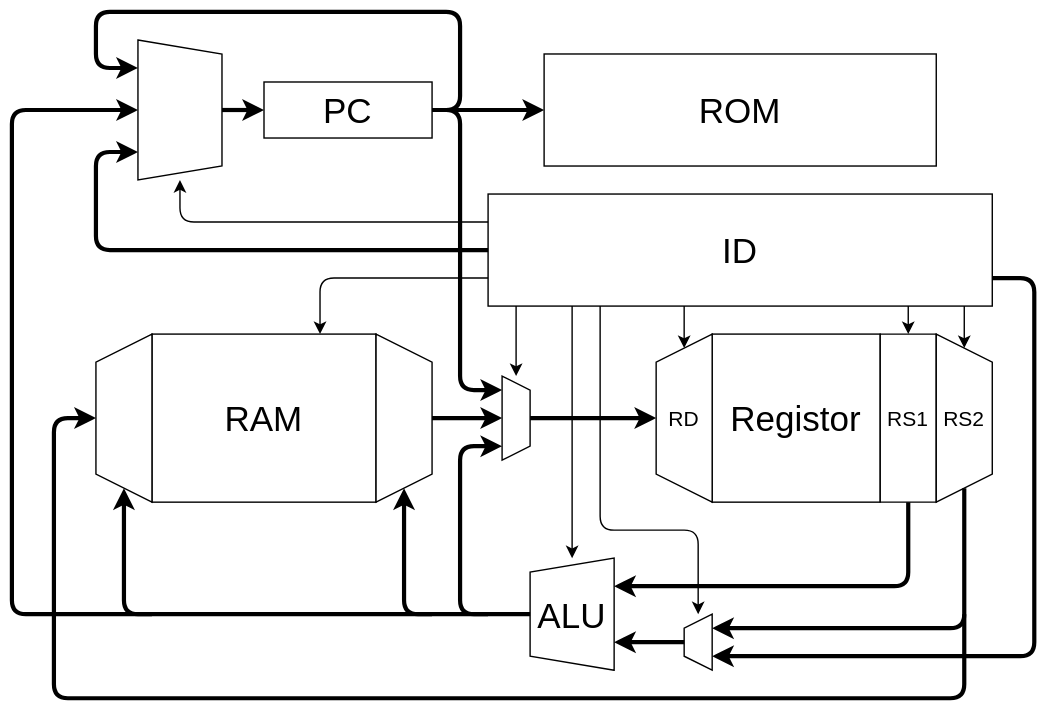
This is Lab/Computer/Micon/01_CPU/img/arch.dio.svg from amane-uehara/kanade-k-1228.github.io, a draw.io export, as it was before one commit. Source tidied: cells renumbered, new cells last; positions are measured from the earlier drawing's top-left corner, leaving out a move shared by most shapes.
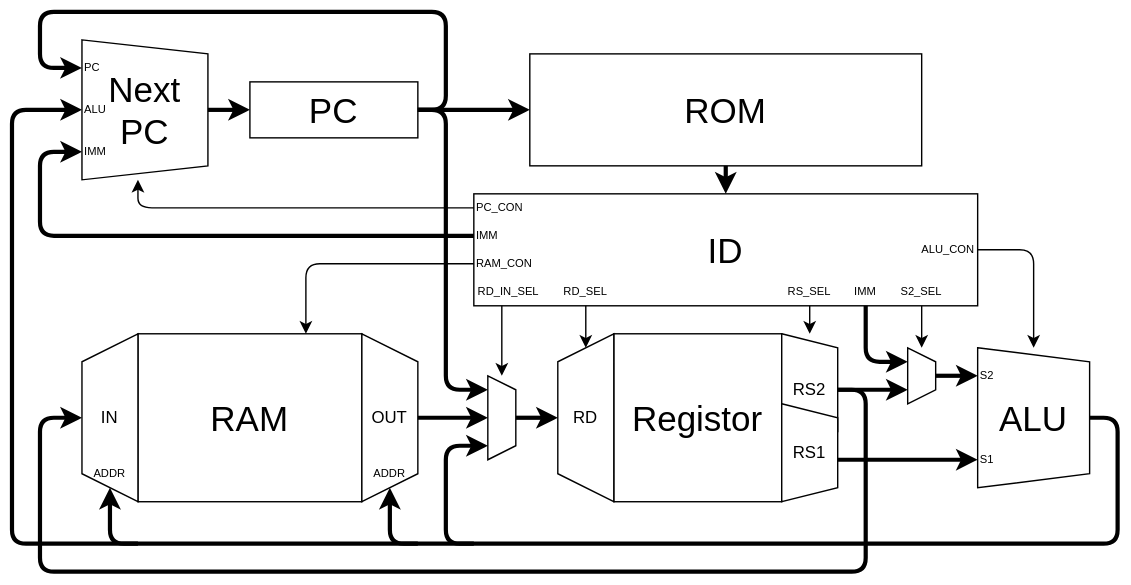
The same file after the commit.

The edit, as a diff of the source:
```diff
@@ -5,48 +5,36 @@
     <mxCell id="2" value="PC" style="rounded=0;whiteSpace=wrap;html=1;fontSize=25;" parent="1" vertex="1">
-      <mxGeometry x="180" y="50" width="120" height="40" as="geometry" />
+      <mxGeometry x="140" y="50" width="120" height="40" as="geometry" />
     </mxCell>
     <mxCell id="3" style="shape=trapezoid;perimeter=trapezoidPerimeter;whiteSpace=wrap;html=1;fixedSize=1;fontSize=25;direction=south;size=9.999999999999943;" parent="1" vertex="1">
-      <mxGeometry x="350" y="260" width="20" height="60" as="geometry" />
+      <mxGeometry x="310" y="260" width="20" height="60" as="geometry" />
     </mxCell>
     <mxCell id="4" value="ROM" style="rounded=0;whiteSpace=wrap;html=1;fontSize=25;" parent="1" vertex="1">
-      <mxGeometry x="380" y="30" width="280" height="80" as="geometry" />
+      <mxGeometry x="340" y="30" width="280" height="80" as="geometry" />
     </mxCell>
     <mxCell id="5" value="RAM" style="rounded=0;whiteSpace=wrap;html=1;fontSize=25;" parent="1" vertex="1">
-      <mxGeometry x="100" y="230" width="160" height="120" as="geometry" />
+      <mxGeometry x="60" y="230" width="160" height="120" as="geometry" />
     </mxCell>
     <mxCell id="6" value="ID" style="rounded=0;whiteSpace=wrap;html=1;fontSize=25;" parent="1" vertex="1">
-      <mxGeometry x="340" y="130" width="360" height="80" as="geometry" />
+      <mxGeometry x="300" y="130" width="360" height="80" as="geometry" />
     </mxCell>
     <mxCell id="7" value="Registor" style="rounded=0;whiteSpace=wrap;html=1;fontSize=25;" parent="1" vertex="1">
-      <mxGeometry x="500" y="230" width="120" height="120" as="geometry" />
+      <mxGeometry x="400" y="230" width="120" height="120" as="geometry" />
     </mxCell>
-    <mxCell id="8" value="RD" style="shape=trapezoid;perimeter=trapezoidPerimeter;whiteSpace=wrap;html=1;fixedSize=1;fontSize=15;direction=north;" parent="1" vertex="1">
-      <mxGeometry x="460" y="230" width="40" height="120" as="geometry" />
+    <mxCell id="8" value="RD" style="shape=trapezoid;perimeter=trapezoidPerimeter;whiteSpace=wrap;html=1;fixedSize=1;fontSize=12;direction=north;" parent="1" vertex="1">
+      <mxGeometry x="360" y="230" width="40" height="120" as="geometry" />
     </mxCell>
-    <mxCell id="9" value="RS1" style="shape=trapezoid;perimeter=trapezoidPerimeter;whiteSpace=wrap;html=1;fixedSize=1;fontSize=15;direction=south;size=0;" parent="1" vertex="1">
-      <mxGeometry x="620" y="230" width="40" height="120" as="geometry" />
-    </mxCell>
-    <mxCell id="10" value="RS2" style="shape=trapezoid;perimeter=trapezoidPerimeter;whiteSpace=wrap;html=1;fixedSize=1;fontSize=15;direction=south;" parent="1" vertex="1">
-      <mxGeometry x="660" y="230" width="40" height="120" as="geometry" />
+    <mxCell id="10" value="RS2" style="shape=trapezoid;perimeter=trapezoidPerimeter;whiteSpace=wrap;html=1;fixedSize=1;fontSize=12;direction=south;size=10;" parent="1" vertex="1">
+      <mxGeometry x="520" y="230" width="40" height="80" as="geometry" />
     </mxCell>
-    <mxCell id="11" style="shape=trapezoid;perimeter=trapezoidPerimeter;whiteSpace=wrap;html=1;fixedSize=1;fontSize=25;direction=north;size=10;" parent="1" vertex="1">
-      <mxGeometry x="480" y="430" width="20" height="40" as="geometry" />
+    <mxCell id="11" style="shape=trapezoid;perimeter=trapezoidPerimeter;whiteSpace=wrap;html=1;fixedSize=1;fontSize=25;direction=south;size=10;" parent="1" vertex="1">
+      <mxGeometry x="610" y="240" width="20" height="40" as="geometry" />
     </mxCell>
-    <mxCell id="12" value="ALU" style="shape=trapezoid;perimeter=trapezoidPerimeter;whiteSpace=wrap;html=1;fixedSize=1;fontSize=25;direction=north;size=10;" parent="1" vertex="1">
-      <mxGeometry x="370" y="390" width="60" height="80" as="geometry" />
+    <mxCell id="12" value="ALU" style="shape=trapezoid;perimeter=trapezoidPerimeter;whiteSpace=wrap;html=1;fixedSize=1;fontSize=25;direction=south;size=10;" parent="1" vertex="1">
+      <mxGeometry x="660" y="240" width="80" height="100" as="geometry" />
     </mxCell>
-    <mxCell id="13" style="endArrow=classic;html=1;fontSize=25;strokeWidth=3;" parent="1" edge="1">
-      <mxGeometry relative="1" as="geometry">
-        <mxPoint x="640" y="350" as="sourcePoint" />
-        <mxPoint x="430" y="410" as="targetPoint" />
-        <Array as="points">
-          <mxPoint x="640" y="410" />
-        </Array>
-      </mxGeometry>
-    </mxCell>
-    <mxCell id="14" style="shape=trapezoid;perimeter=trapezoidPerimeter;whiteSpace=wrap;html=1;fixedSize=1;fontSize=25;direction=south;" parent="1" vertex="1">
-      <mxGeometry x="260" y="230" width="40" height="120" as="geometry" />
+    <mxCell id="14" value="OUT" style="shape=trapezoid;perimeter=trapezoidPerimeter;whiteSpace=wrap;html=1;fixedSize=1;fontSize=12;direction=south;" parent="1" vertex="1">
+      <mxGeometry x="220" y="230" width="40" height="120" as="geometry" />
     </mxCell>
-    <mxCell id="15" style="shape=trapezoid;perimeter=trapezoidPerimeter;whiteSpace=wrap;html=1;fixedSize=1;fontSize=25;direction=north;" parent="1" vertex="1">
-      <mxGeometry x="60" y="230" width="40" height="120" as="geometry" />
+    <mxCell id="15" value="IN" style="shape=trapezoid;perimeter=trapezoidPerimeter;whiteSpace=wrap;html=1;fixedSize=1;fontSize=12;direction=north;" parent="1" vertex="1">
+      <mxGeometry x="20" y="230" width="40" height="120" as="geometry" />
     </mxCell>
@@ -54,7 +42,4 @@
       <mxGeometry relative="1" as="geometry">
-        <mxPoint x="680" y="340" as="sourcePoint" />
-        <mxPoint x="500" y="440" as="targetPoint" />
-        <Array as="points">
-          <mxPoint x="680" y="440" />
-        </Array>
+        <mxPoint x="560" y="320" as="sourcePoint" />
+        <mxPoint x="660" y="320" as="targetPoint" />
       </mxGeometry>
@@ -63,7 +48,6 @@
       <mxGeometry relative="1" as="geometry">
-        <mxPoint x="700" y="190" as="sourcePoint" />
-        <mxPoint x="500" y="460" as="targetPoint" />
+        <mxPoint x="580" y="210" as="sourcePoint" />
+        <mxPoint x="610" y="250" as="targetPoint" />
         <Array as="points">
-          <mxPoint x="730" y="190" />
-          <mxPoint x="730" y="460" />
+          <mxPoint x="580" y="250" />
         </Array>
@@ -73,4 +57,4 @@
       <mxGeometry relative="1" as="geometry">
-        <mxPoint x="480" y="450" as="sourcePoint" />
-        <mxPoint x="430" y="450" as="targetPoint" />
+        <mxPoint x="630" y="260" as="sourcePoint" />
+        <mxPoint x="660" y="260" as="targetPoint" />
       </mxGeometry>
@@ -79,4 +63,4 @@
       <mxGeometry relative="1" as="geometry">
-        <mxPoint x="370" y="290" as="sourcePoint" />
-        <mxPoint x="460" y="290" as="targetPoint" />
+        <mxPoint x="330" y="290" as="sourcePoint" />
+        <mxPoint x="360" y="290" as="targetPoint" />
       </mxGeometry>
@@ -85,4 +69,4 @@
       <mxGeometry relative="1" as="geometry">
-        <mxPoint x="300" y="290" as="sourcePoint" />
-        <mxPoint x="350" y="290" as="targetPoint" />
+        <mxPoint x="260" y="290" as="sourcePoint" />
+        <mxPoint x="310" y="290" as="targetPoint" />
       </mxGeometry>
@@ -91,4 +75,4 @@
       <mxGeometry relative="1" as="geometry">
-        <mxPoint x="400" y="210" as="sourcePoint" />
-        <mxPoint x="400" y="390" as="targetPoint" />
+        <mxPoint x="620" y="210" as="sourcePoint" />
+        <mxPoint x="620" y="240" as="targetPoint" />
       </mxGeometry>
@@ -97,8 +81,9 @@
       <mxGeometry relative="1" as="geometry">
-        <mxPoint x="680" y="430" as="sourcePoint" />
-        <mxPoint x="60" y="290" as="targetPoint" />
+        <mxPoint x="560" y="270" as="sourcePoint" />
+        <mxPoint x="20" y="290" as="targetPoint" />
         <Array as="points">
-          <mxPoint x="680" y="490" />
-          <mxPoint x="30" y="490" />
-          <mxPoint x="30" y="290" />
+          <mxPoint x="580" y="270" />
+          <mxPoint x="580" y="400" />
+          <mxPoint x="-10" y="400" />
+          <mxPoint x="-10" y="290" />
         </Array>
@@ -108,4 +93,4 @@
       <mxGeometry relative="1" as="geometry">
-        <mxPoint x="360" y="210" as="sourcePoint" />
-        <mxPoint x="360" y="260" as="targetPoint" />
+        <mxPoint x="320" y="210" as="sourcePoint" />
+        <mxPoint x="320" y="260" as="targetPoint" />
       </mxGeometry>
@@ -114,4 +99,4 @@
       <mxGeometry relative="1" as="geometry">
-        <mxPoint x="480" y="210" as="sourcePoint" />
-        <mxPoint x="480" y="240" as="targetPoint" />
+        <mxPoint x="380" y="210" as="sourcePoint" />
+        <mxPoint x="380" y="240" as="targetPoint" />
       </mxGeometry>
@@ -120,19 +105,15 @@
       <mxGeometry relative="1" as="geometry">
-        <mxPoint x="640" y="210" as="sourcePoint" />
-        <mxPoint x="640" y="230" as="targetPoint" />
+        <mxPoint x="540" y="210" as="sourcePoint" />
+        <mxPoint x="540" y="230" as="targetPoint" />
       </mxGeometry>
     </mxCell>
-    <mxCell id="26" style="endArrow=classic;html=1;fontSize=25;startArrow=none;startFill=0;" parent="1" edge="1">
-      <mxGeometry relative="1" as="geometry">
-        <mxPoint x="680" y="210" as="sourcePoint" />
-        <mxPoint x="680" y="240" as="targetPoint" />
-      </mxGeometry>
-    </mxCell>
     <mxCell id="27" style="endArrow=classic;html=1;fontSize=25;startArrow=none;startFill=0;strokeWidth=3;" parent="1" edge="1">
       <mxGeometry relative="1" as="geometry">
-        <mxPoint x="370" y="430" as="sourcePoint" />
-        <mxPoint x="90" y="70" as="targetPoint" />
+        <mxPoint x="740" y="290" as="sourcePoint" />
+        <mxPoint x="20" y="70" as="targetPoint" />
         <Array as="points">
-          <mxPoint y="430" />
-          <mxPoint y="70" />
+          <mxPoint x="760" y="290" />
+          <mxPoint x="760" y="380" />
+          <mxPoint x="-30" y="380" />
+          <mxPoint x="-30" y="70" />
         </Array>
@@ -142,6 +123,6 @@
       <mxGeometry relative="1" as="geometry">
-        <mxPoint x="300" y="430" as="sourcePoint" />
-        <mxPoint x="280" y="340" as="targetPoint" />
+        <mxPoint x="260" y="380" as="sourcePoint" />
+        <mxPoint x="240" y="340" as="targetPoint" />
         <Array as="points">
-          <mxPoint x="280" y="430" />
+          <mxPoint x="240" y="380" />
         </Array>
@@ -151,7 +132,7 @@
       <mxGeometry relative="1" as="geometry">
-        <mxPoint x="340" y="430" as="sourcePoint" />
-        <mxPoint x="350" y="310" as="targetPoint" />
+        <mxPoint x="300" y="380" as="sourcePoint" />
+        <mxPoint x="310" y="310" as="targetPoint" />
         <Array as="points">
-          <mxPoint x="320" y="430" />
-          <mxPoint x="320" y="310" />
+          <mxPoint x="280" y="380" />
+          <mxPoint x="280" y="310" />
         </Array>
@@ -161,7 +142,6 @@
       <mxGeometry relative="1" as="geometry">
-        <mxPoint x="420" y="210" as="sourcePoint" />
-        <mxPoint x="490" y="430" as="targetPoint" />
+        <mxPoint x="660" y="170" as="sourcePoint" />
+        <mxPoint x="700" y="240" as="targetPoint" />
         <Array as="points">
-          <mxPoint x="420" y="370" />
-          <mxPoint x="490" y="370" />
+          <mxPoint x="700" y="170" />
         </Array>
@@ -171,7 +151,7 @@
       <mxGeometry relative="1" as="geometry">
-        <mxPoint x="300" y="70" as="sourcePoint" />
-        <mxPoint x="350" y="270" as="targetPoint" />
+        <mxPoint x="260" y="70" as="sourcePoint" />
+        <mxPoint x="310" y="270" as="targetPoint" />
         <Array as="points">
-          <mxPoint x="320" y="70" />
-          <mxPoint x="320" y="270" />
+          <mxPoint x="280" y="70" />
+          <mxPoint x="280" y="270" />
         </Array>
@@ -181,6 +161,6 @@
       <mxGeometry relative="1" as="geometry">
-        <mxPoint x="340" y="190" as="sourcePoint" />
-        <mxPoint x="220" y="230" as="targetPoint" />
+        <mxPoint x="300" y="180" as="sourcePoint" />
+        <mxPoint x="180" y="230" as="targetPoint" />
         <Array as="points">
-          <mxPoint x="220" y="190" />
+          <mxPoint x="180" y="180" />
         </Array>
@@ -190,6 +170,6 @@
       <mxGeometry relative="1" as="geometry">
-        <mxPoint x="100" y="430" as="sourcePoint" />
-        <mxPoint x="80" y="340" as="targetPoint" />
+        <mxPoint x="60" y="380" as="sourcePoint" />
+        <mxPoint x="40" y="340" as="targetPoint" />
         <Array as="points">
-          <mxPoint x="80" y="430" />
+          <mxPoint x="40" y="380" />
         </Array>
@@ -199,8 +179,8 @@
       <mxGeometry relative="1" as="geometry">
-        <mxPoint x="300" y="70" as="sourcePoint" />
-        <mxPoint x="380" y="70" as="targetPoint" />
+        <mxPoint x="260" y="70" as="sourcePoint" />
+        <mxPoint x="340" y="70" as="targetPoint" />
       </mxGeometry>
     </mxCell>
-    <mxCell id="35" style="shape=trapezoid;perimeter=trapezoidPerimeter;whiteSpace=wrap;html=1;fixedSize=1;fontSize=25;direction=south;size=10;" parent="1" vertex="1">
-      <mxGeometry x="90" y="20" width="60" height="100" as="geometry" />
+    <mxCell id="35" value="Next&lt;br&gt;PC" style="shape=trapezoid;perimeter=trapezoidPerimeter;whiteSpace=wrap;html=1;fixedSize=1;fontSize=25;direction=south;size=10;" parent="1" vertex="1">
+      <mxGeometry x="20" y="20" width="90" height="100" as="geometry" />
     </mxCell>
@@ -208,9 +188,9 @@
       <mxGeometry relative="1" as="geometry">
-        <mxPoint x="300" y="70" as="sourcePoint" />
-        <mxPoint x="90" y="40" as="targetPoint" />
+        <mxPoint x="260" y="70" as="sourcePoint" />
+        <mxPoint x="20" y="40" as="targetPoint" />
         <Array as="points">
-          <mxPoint x="320" y="70" />
-          <mxPoint x="320" />
-          <mxPoint x="60" />
-          <mxPoint x="60" y="40" />
+          <mxPoint x="280" y="70" />
+          <mxPoint x="280" />
+          <mxPoint x="-10" />
+          <mxPoint x="-10" y="40" />
         </Array>
@@ -220,7 +200,7 @@
       <mxGeometry relative="1" as="geometry">
-        <mxPoint x="340" y="170" as="sourcePoint" />
-        <mxPoint x="90" y="100" as="targetPoint" />
+        <mxPoint x="300" y="160" as="sourcePoint" />
+        <mxPoint x="20" y="100" as="targetPoint" />
         <Array as="points">
-          <mxPoint x="60" y="170" />
-          <mxPoint x="60" y="100" />
+          <mxPoint x="-10" y="160" />
+          <mxPoint x="-10" y="100" />
         </Array>
@@ -230,4 +210,4 @@
       <mxGeometry relative="1" as="geometry">
-        <mxPoint x="150" y="70" as="sourcePoint" />
-        <mxPoint x="180" y="70" as="targetPoint" />
+        <mxPoint x="110" y="70" as="sourcePoint" />
+        <mxPoint x="140" y="70" as="targetPoint" />
       </mxGeometry>
@@ -236,6 +216,6 @@
       <mxGeometry relative="1" as="geometry">
-        <mxPoint x="340" y="150" as="sourcePoint" />
-        <mxPoint x="120" y="120" as="targetPoint" />
+        <mxPoint x="300" y="140" as="sourcePoint" />
+        <mxPoint x="60" y="120" as="targetPoint" />
         <Array as="points">
-          <mxPoint x="120" y="150" />
+          <mxPoint x="60" y="140" />
         </Array>
@@ -243,2 +223,65 @@
     </mxCell>
+    <mxCell id="9" value="RS1" style="shape=trapezoid;perimeter=trapezoidPerimeter;whiteSpace=wrap;html=1;fixedSize=1;fontSize=12;direction=south;size=10;" parent="1" vertex="1">
+      <mxGeometry x="520" y="280" width="40" height="70" as="geometry" />
+    </mxCell>
+    <mxCell id="40" style="endArrow=classic;html=1;fontSize=25;strokeWidth=3;" parent="1" edge="1">
+      <mxGeometry relative="1" as="geometry">
+        <mxPoint x="560" y="270" as="sourcePoint" />
+        <mxPoint x="610" y="270" as="targetPoint" />
+      </mxGeometry>
+    </mxCell>
+    <mxCell id="41" style="endArrow=classic;html=1;fontSize=25;startArrow=none;startFill=0;strokeWidth=3;" parent="1" edge="1">
+      <mxGeometry relative="1" as="geometry">
+        <mxPoint x="480" y="110" as="sourcePoint" />
+        <mxPoint x="480" y="130" as="targetPoint" />
+      </mxGeometry>
+    </mxCell>
+    <mxCell id="42" value="RD_IN_SEL" style="text;html=1;strokeColor=none;fillColor=none;align=center;verticalAlign=middle;whiteSpace=wrap;rounded=0;rotation=0;fontSize=8;" parent="1" vertex="1">
+      <mxGeometry x="300" y="190" width="50" height="20" as="geometry" />
+    </mxCell>
+    <mxCell id="43" value="RD_SEL" style="text;html=1;strokeColor=none;fillColor=none;align=center;verticalAlign=middle;whiteSpace=wrap;rounded=0;rotation=0;fontSize=8;" parent="1" vertex="1">
+      <mxGeometry x="360" y="190" width="40" height="20" as="geometry" />
+    </mxCell>
+    <mxCell id="44" value="RAM_CON" style="text;html=1;strokeColor=none;fillColor=none;align=left;verticalAlign=middle;whiteSpace=wrap;rounded=0;rotation=0;fontSize=8;" parent="1" vertex="1">
+      <mxGeometry x="300" y="170" width="50" height="20" as="geometry" />
+    </mxCell>
+    <mxCell id="45" value="PC_CON" style="text;html=1;strokeColor=none;fillColor=none;align=left;verticalAlign=middle;whiteSpace=wrap;rounded=0;rotation=0;fontSize=8;" parent="1" vertex="1">
+      <mxGeometry x="300" y="130" width="50" height="20" as="geometry" />
+    </mxCell>
+    <mxCell id="46" value="ALU_CON" style="text;html=1;strokeColor=none;fillColor=none;align=right;verticalAlign=middle;whiteSpace=wrap;rounded=0;rotation=0;fontSize=8;" parent="1" vertex="1">
+      <mxGeometry x="610" y="160" width="50" height="20" as="geometry" />
+    </mxCell>
+    <mxCell id="47" value="RS_SEL" style="text;html=1;strokeColor=none;fillColor=none;align=center;verticalAlign=middle;whiteSpace=wrap;rounded=0;rotation=0;fontSize=8;" parent="1" vertex="1">
+      <mxGeometry x="520" y="190" width="40" height="20" as="geometry" />
+    </mxCell>
+    <mxCell id="48" value="IMM" style="text;html=1;strokeColor=none;fillColor=none;align=center;verticalAlign=middle;whiteSpace=wrap;rounded=0;rotation=0;fontSize=8;" parent="1" vertex="1">
+      <mxGeometry x="570" y="190" width="20" height="20" as="geometry" />
+    </mxCell>
+    <mxCell id="49" value="S2_SEL" style="text;html=1;strokeColor=none;fillColor=none;align=center;verticalAlign=middle;whiteSpace=wrap;rounded=0;rotation=0;fontSize=8;" parent="1" vertex="1">
+      <mxGeometry x="600" y="190" width="40" height="20" as="geometry" />
+    </mxCell>
+    <mxCell id="50" value="S2" style="text;html=1;strokeColor=none;fillColor=none;align=left;verticalAlign=middle;whiteSpace=wrap;rounded=0;rotation=0;fontSize=8;" parent="1" vertex="1">
+      <mxGeometry x="660" y="250" width="20" height="20" as="geometry" />
+    </mxCell>
+    <mxCell id="51" value="S1" style="text;html=1;strokeColor=none;fillColor=none;align=left;verticalAlign=middle;whiteSpace=wrap;rounded=0;rotation=0;fontSize=8;" parent="1" vertex="1">
+      <mxGeometry x="660" y="310" width="20" height="20" as="geometry" />
+    </mxCell>
+    <mxCell id="52" value="IMM" style="text;html=1;strokeColor=none;fillColor=none;align=left;verticalAlign=middle;whiteSpace=wrap;rounded=0;rotation=0;fontSize=8;" parent="1" vertex="1">
+      <mxGeometry x="300" y="150" width="50" height="20" as="geometry" />
+    </mxCell>
+    <mxCell id="53" value="ADDR" style="text;html=1;strokeColor=none;fillColor=none;align=center;verticalAlign=middle;whiteSpace=wrap;rounded=0;rotation=0;fontSize=8;" parent="1" vertex="1">
+      <mxGeometry x="20" y="320" width="40" height="20" as="geometry" />
+    </mxCell>
+    <mxCell id="54" value="ADDR" style="text;html=1;strokeColor=none;fillColor=none;align=center;verticalAlign=middle;whiteSpace=wrap;rounded=0;rotation=0;fontSize=8;" parent="1" vertex="1">
+      <mxGeometry x="220" y="320" width="40" height="20" as="geometry" />
+    </mxCell>
+    <mxCell id="55" value="IMM" style="text;html=1;strokeColor=none;fillColor=none;align=left;verticalAlign=middle;whiteSpace=wrap;rounded=0;rotation=0;fontSize=8;" parent="1" vertex="1">
+      <mxGeometry x="20" y="90" width="40" height="20" as="geometry" />
+    </mxCell>
+    <mxCell id="56" value="ALU" style="text;html=1;strokeColor=none;fillColor=none;align=left;verticalAlign=middle;whiteSpace=wrap;rounded=0;rotation=0;fontSize=8;" parent="1" vertex="1">
+      <mxGeometry x="20" y="60" width="40" height="20" as="geometry" />
+    </mxCell>
+    <mxCell id="57" value="PC" style="text;html=1;strokeColor=none;fillColor=none;align=left;verticalAlign=middle;whiteSpace=wrap;rounded=0;rotation=0;fontSize=8;" parent="1" vertex="1">
+      <mxGeometry x="20" y="30" width="40" height="20" as="geometry" />
+    </mxCell>
   </root>
```
